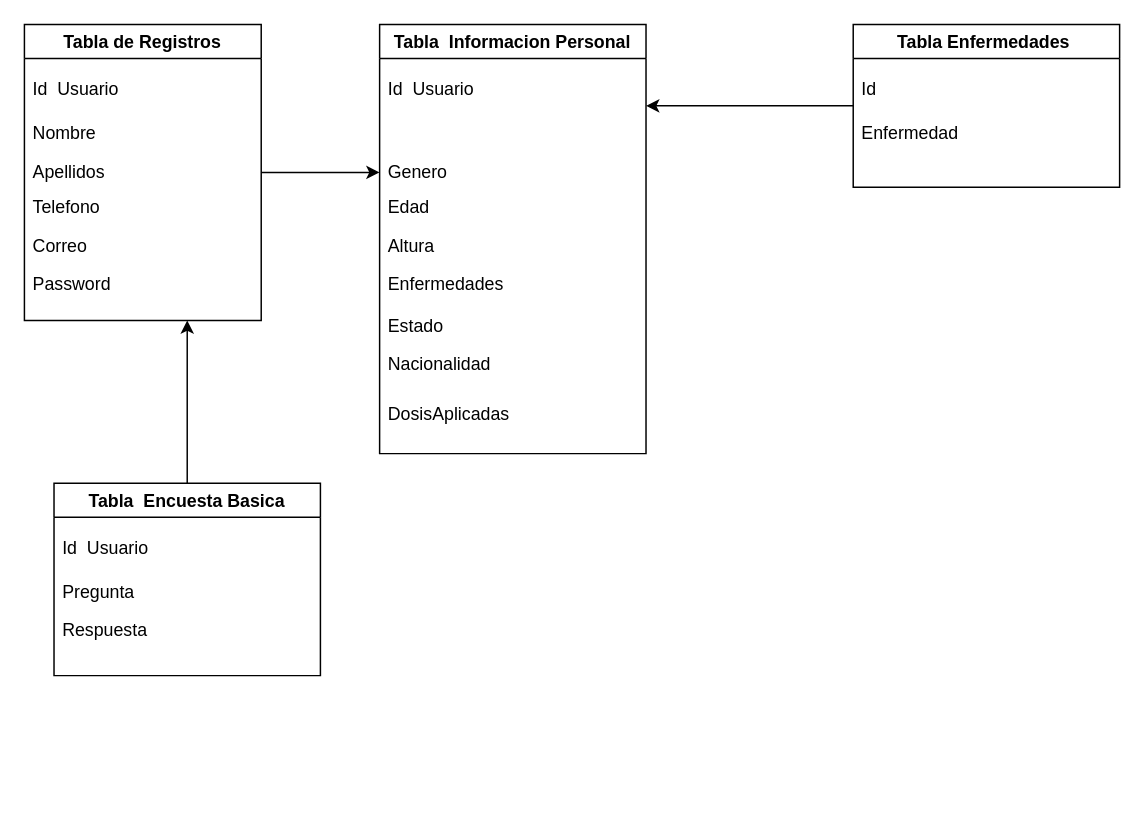
The draw.io diagram src/assets/BKdiagram.drawio in UsielOM/FCV19, before the edit. Source tidied: cells renumbered, new cells numbered last; positions are measured from the earlier drawing's top-left corner, leaving out a move shared by most shapes. Both pictures are drawn from the tidied source at 148%, with x=0, y=0 at pixel (24, 24).
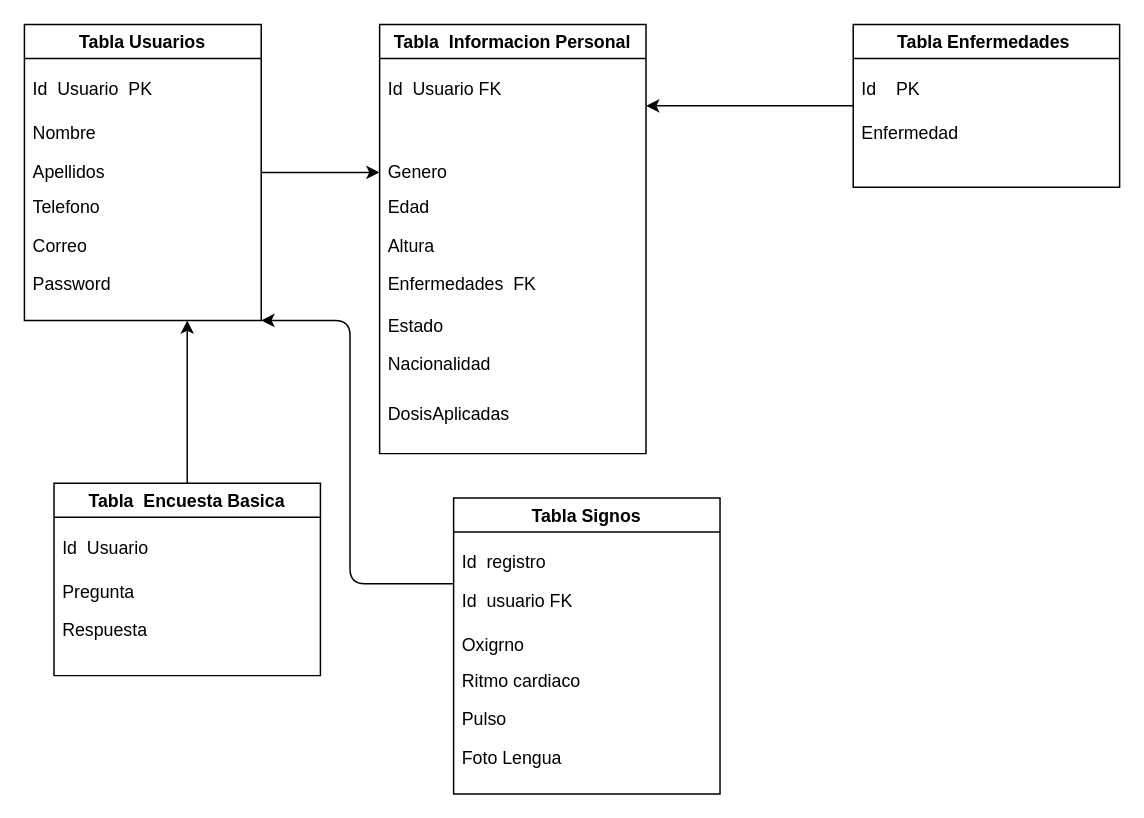
After the change.

Commit message:
Modificacion de diagrama

The change refers to these unchanged cells:
```xml
<mxCell id="10" value="Tabla  Informacion Personal" style="swimlane;" parent="1" vertex="1">
  <mxGeometry x="240" width="180" height="290" as="geometry" />
</mxCell>
<mxCell id="25" value="Tabla Enfermedades " style="swimlane;" parent="1" vertex="1">
  <mxGeometry x="560" width="180" height="110" as="geometry" />
</mxCell>
```

Diff of the diagram source:
```diff
@@
-    <mxCell id="3" value="Tabla de Registros" style="swimlane;" parent="1" vertex="1">
+    <mxCell id="3" value="Tabla Usuarios" style="swimlane;" parent="1" vertex="1">
       <mxGeometry width="160" height="200" as="geometry" />
     </mxCell>
-    <mxCell id="4" value="Id  Usuario  " style="text;strokeColor=none;fillColor=none;align=left;verticalAlign=top;spacingLeft=4;spacingRight=4;overflow=hidden;" parent="3" vertex="1">
+    <mxCell id="4" value="Id  Usuario  PK" style="text;strokeColor=none;fillColor=none;align=left;verticalAlign=top;spacingLeft=4;spacingRight=4;overflow=hidden;" parent="3" vertex="1">
       <mxGeometry y="30" width="140" height="26" as="geometry" />
     </mxCell>
@@
-    <mxCell id="11" value="Id  Usuario" style="text;strokeColor=none;fillColor=none;align=left;verticalAlign=top;spacingLeft=4;spacingRight=4;overflow=hidden;" parent="10" vertex="1">
+    <mxCell id="11" value="Id  Usuario FK" style="text;strokeColor=none;fillColor=none;align=left;verticalAlign=top;spacingLeft=4;spacingRight=4;overflow=hidden;" parent="10" vertex="1">
       <mxGeometry y="30" width="140" height="26" as="geometry" />
     </mxCell>
@@
-    <mxCell id="15" value="Enfermedades" style="text;strokeColor=none;fillColor=none;align=left;verticalAlign=top;spacingLeft=4;spacingRight=4;overflow=hidden;" parent="10" vertex="1">
+    <mxCell id="15" value="Enfermedades  FK" style="text;strokeColor=none;fillColor=none;align=left;verticalAlign=top;spacingLeft=4;spacingRight=4;overflow=hidden;" parent="10" vertex="1">
       <mxGeometry y="162" width="140" height="26" as="geometry" />
     </mxCell>
@@
-    <mxCell id="26" value="Id    " style="text;strokeColor=none;fillColor=none;align=left;verticalAlign=top;spacingLeft=4;spacingRight=4;overflow=hidden;" parent="25" vertex="1">
+    <mxCell id="26" value="Id    PK" style="text;strokeColor=none;fillColor=none;align=left;verticalAlign=top;spacingLeft=4;spacingRight=4;overflow=hidden;" parent="25" vertex="1">
       <mxGeometry y="30" width="140" height="26" as="geometry" />
     </mxCell>
@@
+    <mxCell id="28" value="Tabla Signos" style="swimlane;" parent="1" vertex="1">
+      <mxGeometry x="290" y="320" width="180" height="200" as="geometry" />
+    </mxCell>
+    <mxCell id="29" value="Id  registro&#10;&#10;&#10;" style="text;strokeColor=none;fillColor=none;align=left;verticalAlign=top;spacingLeft=4;spacingRight=4;overflow=hidden;" parent="28" vertex="1">
+      <mxGeometry y="30" width="140" height="26" as="geometry" />
+    </mxCell>
+    <mxCell id="30" value="Oxigrno" style="text;strokeColor=none;fillColor=none;align=left;verticalAlign=top;spacingLeft=4;spacingRight=4;overflow=hidden;" parent="28" vertex="1">
+      <mxGeometry y="86" width="140" height="26" as="geometry" />
+    </mxCell>
+    <mxCell id="31" value="Ritmo cardiaco" style="text;strokeColor=none;fillColor=none;align=left;verticalAlign=top;spacingLeft=4;spacingRight=4;overflow=hidden;" parent="28" vertex="1">
+      <mxGeometry y="110" width="140" height="26" as="geometry" />
+    </mxCell>
+    <mxCell id="32" value="Pulso" style="text;strokeColor=none;fillColor=none;align=left;verticalAlign=top;spacingLeft=4;spacingRight=4;overflow=hidden;" parent="28" vertex="1">
+      <mxGeometry y="136" width="140" height="26" as="geometry" />
+    </mxCell>
+    <mxCell id="33" value="Foto Lengua" style="text;strokeColor=none;fillColor=none;align=left;verticalAlign=top;spacingLeft=4;spacingRight=4;overflow=hidden;" parent="28" vertex="1">
+      <mxGeometry y="162" width="140" height="26" as="geometry" />
+    </mxCell>
+    <mxCell id="34" value="Id  usuario FK&#10;" style="text;strokeColor=none;fillColor=none;align=left;verticalAlign=top;spacingLeft=4;spacingRight=4;overflow=hidden;" parent="28" vertex="1">
+      <mxGeometry y="56" width="140" height="26" as="geometry" />
+    </mxCell>
+    <mxCell id="35" style="endArrow=classic;html=1;entryX=1;entryY=1;entryDx=0;entryDy=0;" parent="1" edge="1" target="3">
+      <mxGeometry relative="1" as="geometry">
+        <mxPoint x="290" y="378" as="sourcePoint" />
+        <Array as="points">
+          <mxPoint x="220" y="378" />
+          <mxPoint x="220" y="290" />
+          <mxPoint x="220" y="200" />
+        </Array>
+      </mxGeometry>
+    </mxCell>
```
